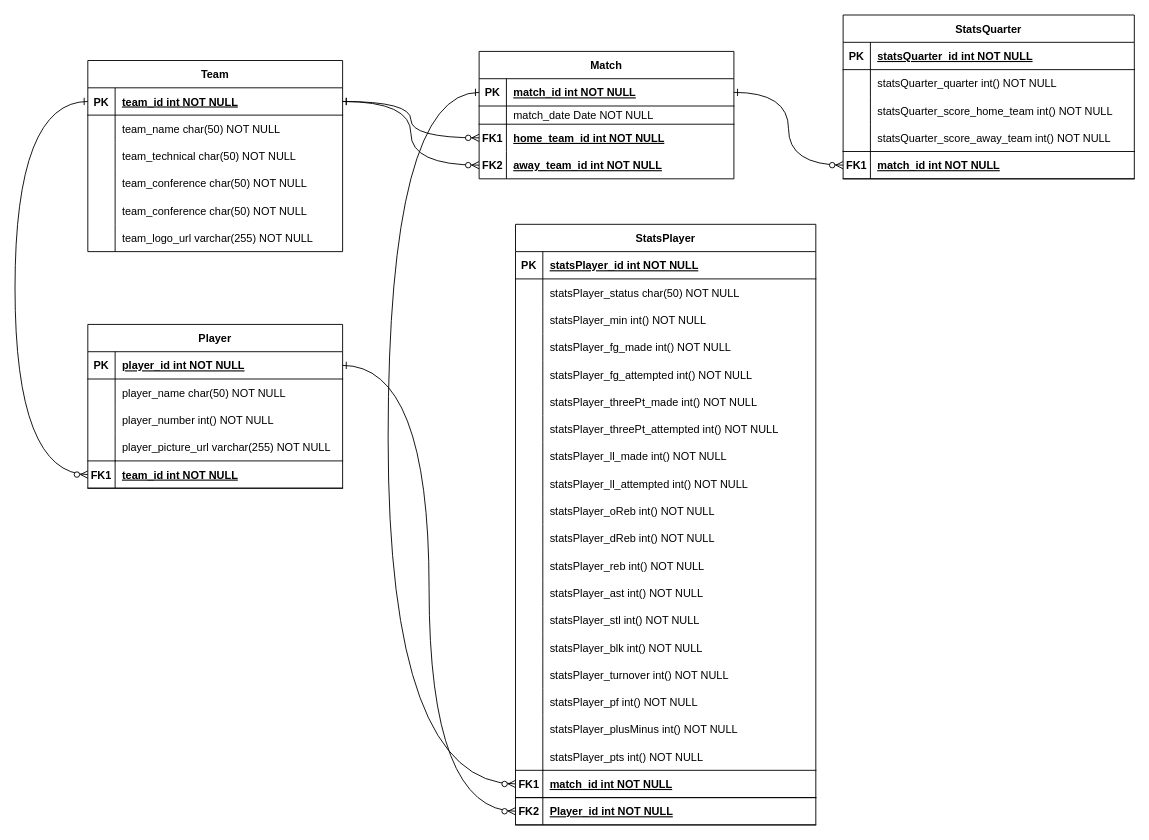
This is DER.drawio from leonardosantosp/web-scraping-espn, a draw.io file, before an edit. Source tidied: cells renumbered, new cells numbered last; positions are measured from the earlier drawing's top-left corner, leaving out a move shared by most shapes. Both pictures are drawn from the tidied source at 91%, with x=0, y=0 at pixel (15, 15).
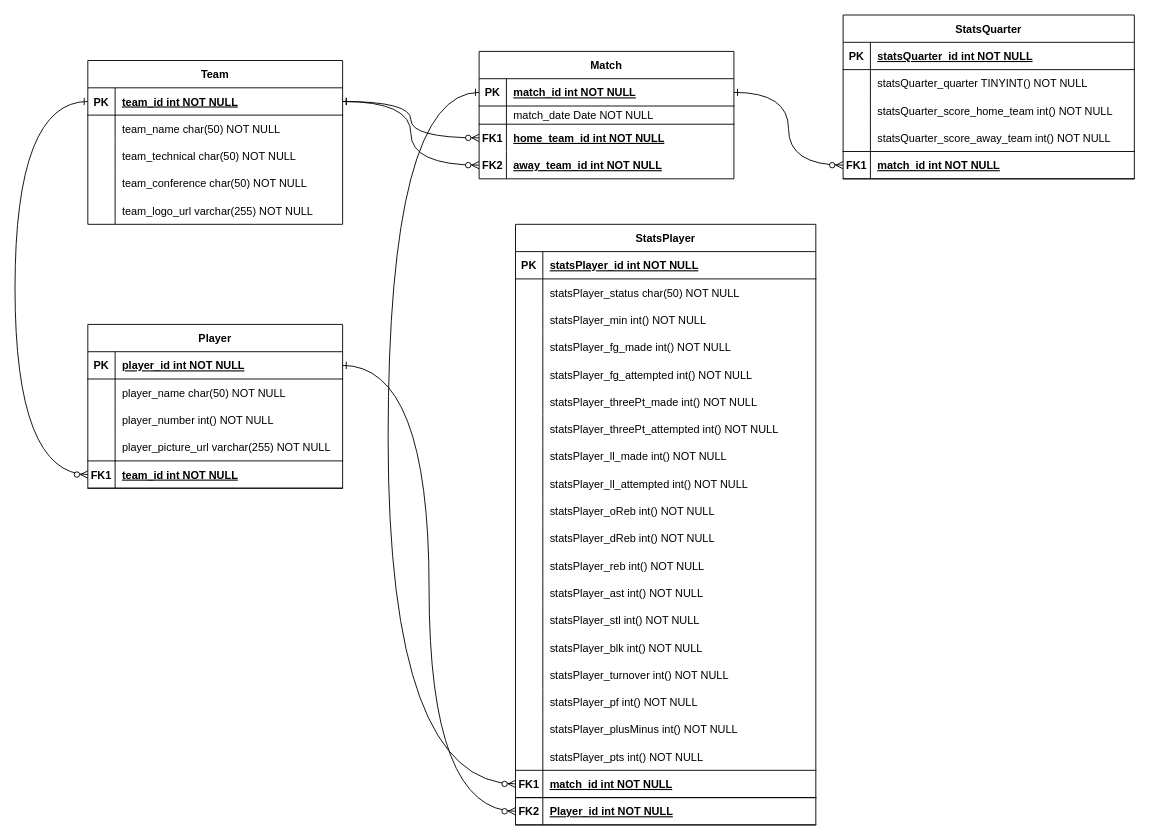
Above is the later version.

Commit message:
doc: atualizando DER

The change refers to these unchanged cells:
```xml
<mxCell id="15" style="shape=partialRectangle;fillColor=none;top=0;left=0;right=0;bottom=0;" parent="2" vertex="1">
  <mxGeometry y="150" width="280" height="30" as="geometry" />
</mxCell>
<mxCell id="57" style="shape=partialRectangle;fillColor=none;top=0;left=0;right=0;bottom=0;" parent="53" vertex="1">
  <mxGeometry y="60" width="320" height="30" as="geometry" />
</mxCell>
```

Diff of the diagram source:
```diff
@@
     <mxCell id="2" value="Team" style="shape=table;startSize=30;childLayout=tableLayout;rowLines=0;fontStyle=1;align=center;" parent="1" vertex="1">
-      <mxGeometry x="80" y="50" width="280" height="210" as="geometry" />
+      <mxGeometry x="80" y="50" width="280" height="180" as="geometry" />
     </mxCell>
@@
-    <mxCell id="17" value="team_conference char(50) NOT NULL" style="shape=partialRectangle;overflow=hidden;fillColor=none;top=0;left=0;bottom=0;right=0;align=left;spacingLeft=6;" parent="15" vertex="1">
+    <mxCell id="17" value="team_logo_url varchar(255) NOT NULL" style="shape=partialRectangle;overflow=hidden;fillColor=none;top=0;left=0;bottom=0;right=0;align=left;spacingLeft=6;" parent="15" vertex="1">
       <mxGeometry x="30" width="250" height="30" as="geometry" />
     </mxCell>
-    <mxCell id="18" style="shape=partialRectangle;fillColor=none;top=0;left=0;right=0;bottom=0;" parent="2" vertex="1">
-      <mxGeometry y="180" width="280" height="30" as="geometry" />
-    </mxCell>
-    <mxCell id="19" style="shape=partialRectangle;overflow=hidden;fillColor=none;top=0;left=0;bottom=0;right=0;" parent="18" vertex="1">
-      <mxGeometry width="30" height="30" as="geometry" />
-    </mxCell>
-    <mxCell id="20" value="team_logo_url varchar(255) NOT NULL" style="shape=partialRectangle;overflow=hidden;fillColor=none;top=0;left=0;bottom=0;right=0;align=left;spacingLeft=6;" parent="18" vertex="1">
-      <mxGeometry x="30" width="250" height="30" as="geometry" />
-    </mxCell>
@@
-    <mxCell id="59" value="statsQuarter_quarter int() NOT NULL" style="shape=partialRectangle;overflow=hidden;fillColor=none;top=0;left=0;bottom=0;right=0;align=left;spacingLeft=6;" parent="57" vertex="1">
+    <mxCell id="59" value="statsQuarter_quarter TINYINT() NOT NULL" style="shape=partialRectangle;overflow=hidden;fillColor=none;top=0;left=0;bottom=0;right=0;align=left;spacingLeft=6;" parent="57" vertex="1">
       <mxGeometry x="30" width="290" height="30" as="geometry" />
     </mxCell>
```
